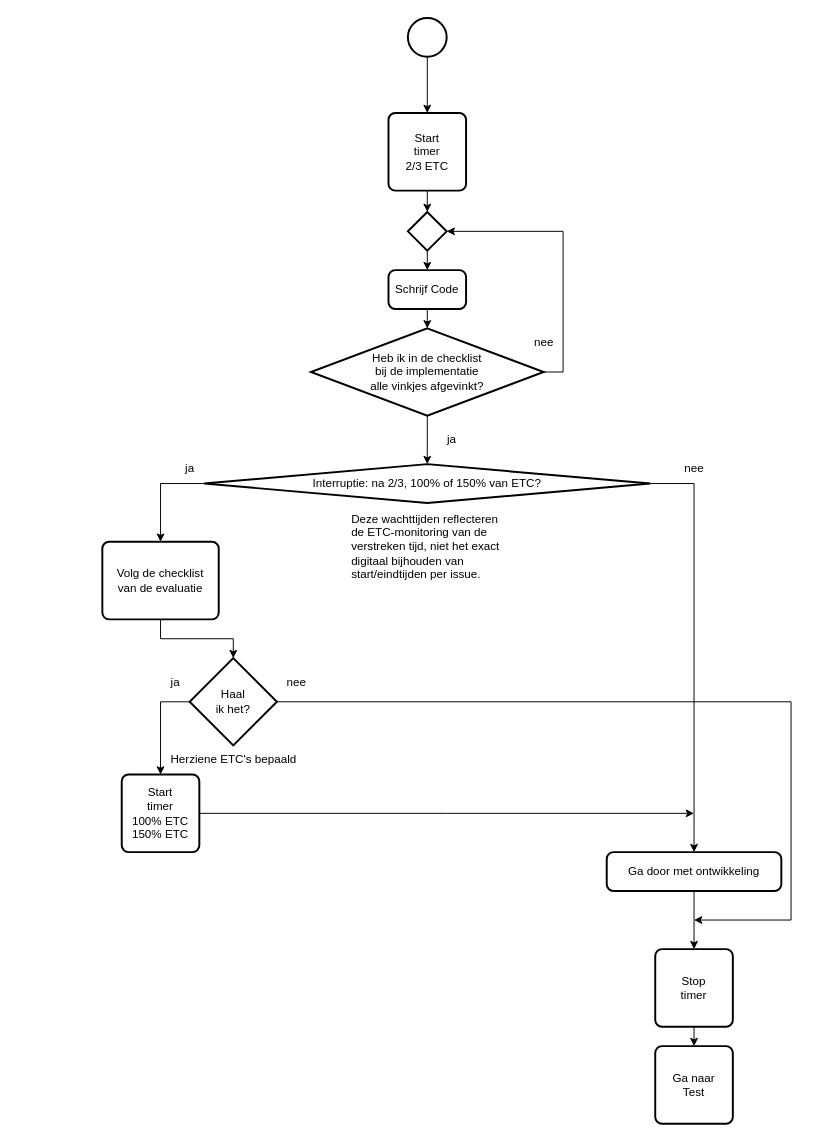
Earlier version of the draw.io diagram 4 Issue Tracker implementatie.drawio (Zaibatsu89/IssueTracker). Source tidied: cells renumbered, new cells numbered last; positions are measured from the earlier drawing's top-left corner, leaving out a move shared by most shapes. Both pictures are drawn from the tidied source at 97%, with x=0, y=0 at pixel (102, 17).
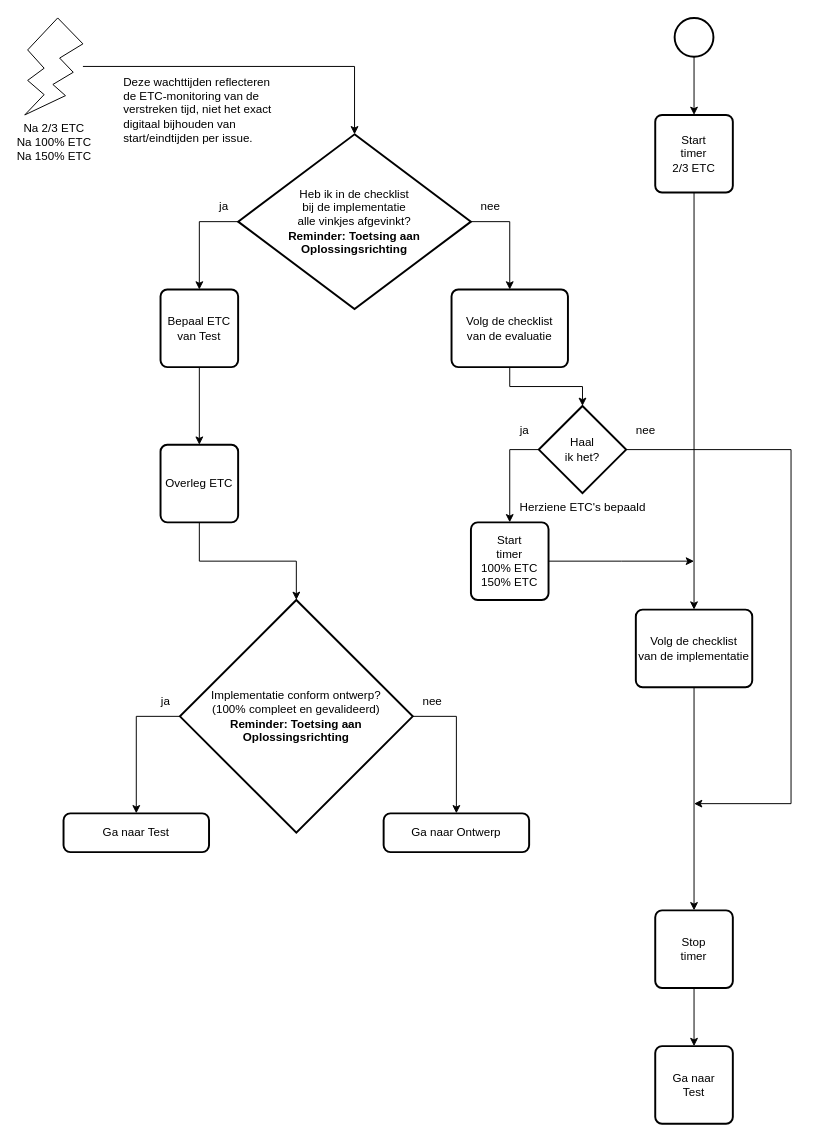
The same diagram, later.

Commit message (it also covers changes not shown here):
Moet contactmoment terug in implementatie flowchart?

What changed in the source:
```diff
@@
     <mxCell id="3" style="strokeWidth=2;html=1;shape=mxgraph.flowchart.start_2;whiteSpace=wrap;" parent="1" vertex="1">
-      <mxGeometry x="315" width="40" height="40" as="geometry" />
+      <mxGeometry x="590" width="40" height="40" as="geometry" />
     </mxCell>
-    <mxCell id="4" style="edgeStyle=orthogonalEdgeStyle;rounded=0;jettySize=auto;html=1;exitX=0.5;exitY=1;exitDx=0;exitDy=0;exitPerimeter=0;entryX=0.5;entryY=0;entryDx=0;entryDy=0;" parent="1" edge="1" source="5" target="6">
-      <mxGeometry relative="1" as="geometry" />
-    </mxCell>
-    <mxCell id="5" style="strokeWidth=2;html=1;shape=mxgraph.flowchart.decision;whiteSpace=wrap;" parent="1" vertex="1">
-      <mxGeometry x="315" y="200" width="40" height="40" as="geometry" />
-    </mxCell>
-    <mxCell id="6" value="Schrijf Code" style="rounded=1;whiteSpace=wrap;html=1;absoluteArcSize=1;arcSize=14;strokeWidth=2;" parent="1" vertex="1">
-      <mxGeometry x="295" y="260" width="80" height="40" as="geometry" />
-    </mxCell>
-    <mxCell id="7" style="edgeStyle=orthogonalEdgeStyle;rounded=0;orthogonalLoop=1;jettySize=auto;html=1;exitX=0.5;exitY=1;exitDx=0;exitDy=0;exitPerimeter=0;" parent="1" edge="1">
-      <mxGeometry relative="1" as="geometry">
-        <mxPoint x="335" y="400" as="sourcePoint" />
-        <mxPoint x="335" y="460" as="targetPoint" />
-      </mxGeometry>
-    </mxCell>
+    <mxCell id="36" style="edgeStyle=orthogonalEdgeStyle;rounded=0;jettySize=auto;html=1;exitX=1;exitY=0.5;exitDx=0;exitDy=0;exitPerimeter=0;entryX=0.5;entryY=0;entryDx=0;entryDy=0;" parent="1" edge="1" source="8" target="15">
+      <mxGeometry relative="1" as="geometry" />
+    </mxCell>
+    <mxCell id="37" style="edgeStyle=orthogonalEdgeStyle;rounded=0;jettySize=auto;html=1;exitX=0;exitY=0.5;exitDx=0;exitDy=0;exitPerimeter=0;entryX=0.5;entryY=0;entryDx=0;entryDy=0;" parent="1" edge="1" source="8" target="43">
+      <mxGeometry relative="1" as="geometry" />
+    </mxCell>
-    <mxCell id="8" value="Heb ik in de checklist&lt;br&gt;bij de implementatie&lt;br&gt;alle vinkjes afgevinkt?" style="strokeWidth=2;html=1;shape=mxgraph.flowchart.decision;whiteSpace=wrap;" parent="1" vertex="1">
-      <mxGeometry x="215" y="320" width="240" height="90" as="geometry" />
+    <mxCell id="8" value="Heb ik in de checklist&lt;br&gt;bij de implementatie&lt;br&gt;alle vinkjes afgevinkt?&lt;br&gt;&lt;b&gt;Reminder: Toetsing aan&lt;br&gt;Oplossingsrichting&lt;/b&gt;" style="strokeWidth=2;html=1;shape=mxgraph.flowchart.decision;whiteSpace=wrap;" parent="1" vertex="1">
+      <mxGeometry x="140" y="120" width="240" height="180" as="geometry" />
     </mxCell>
-    <mxCell id="9" style="edgeStyle=orthogonalEdgeStyle;rounded=0;jettySize=auto;html=1;exitX=0.5;exitY=1;exitDx=0;exitDy=0;entryX=0.5;entryY=0;entryDx=0;entryDy=0;entryPerimeter=0;" parent="1" edge="1" source="6" target="8">
-      <mxGeometry relative="1" as="geometry" />
-    </mxCell>
-    <mxCell id="10" value="nee" style="text;html=1;align=center;verticalAlign=middle;strokeColor=none;fillColor=none;" parent="1" vertex="1">
-      <mxGeometry x="435" y="320" width="40" height="30" as="geometry" />
-    </mxCell>
-    <mxCell id="11" style="edgeStyle=orthogonalEdgeStyle;rounded=0;jettySize=auto;html=1;exitX=0;exitY=0.5;exitDx=0;exitDy=0;exitPerimeter=0;entryX=0.5;entryY=0;entryDx=0;entryDy=0;" parent="1" edge="1" source="13" target="15">
-      <mxGeometry relative="1" as="geometry" />
-    </mxCell>
-    <mxCell id="12" style="edgeStyle=orthogonalEdgeStyle;rounded=0;jettySize=auto;html=1;exitX=1;exitY=0.5;exitDx=0;exitDy=0;exitPerimeter=0;entryX=0.5;entryY=0;entryDx=0;entryDy=0;" parent="1" edge="1" source="13" target="18">
-      <mxGeometry relative="1" as="geometry" />
-    </mxCell>
-    <mxCell id="13" value="Interruptie: na 2/3, 100% of 150% van ETC?" style="strokeWidth=2;html=1;shape=mxgraph.flowchart.decision;whiteSpace=wrap;" parent="1" vertex="1">
-      <mxGeometry x="105" y="460" width="460" height="40" as="geometry" />
-    </mxCell>
-    <mxCell id="14" value="ja" style="text;html=1;align=center;verticalAlign=middle;strokeColor=none;fillColor=none;" parent="1" vertex="1">
-      <mxGeometry x="345" y="420" width="30" height="30" as="geometry" />
-    </mxCell>
     <mxCell id="15" value="Volg de checklist&lt;br&gt;van de evaluatie" style="rounded=1;whiteSpace=wrap;html=1;absoluteArcSize=1;arcSize=14;strokeWidth=2;" parent="1" vertex="1">
-      <mxGeometry y="540" width="120" height="80" as="geometry" />
+      <mxGeometry x="360" y="280" width="120" height="80" as="geometry" />
     </mxCell>
-    <mxCell id="16" value="ja" style="text;html=1;align=center;verticalAlign=middle;strokeColor=none;fillColor=none;" parent="1" vertex="1">
-      <mxGeometry x="75" y="450" width="30" height="30" as="geometry" />
-    </mxCell>
@@
-    <mxCell id="18" value="Ga door met ontwikkeling" style="rounded=1;whiteSpace=wrap;html=1;absoluteArcSize=1;arcSize=14;strokeWidth=2;" parent="1" vertex="1">
-      <mxGeometry x="520" y="860" width="180" height="40" as="geometry" />
+    <mxCell id="18" value="Volg de checklist&lt;br&gt;van de implementatie" style="rounded=1;whiteSpace=wrap;html=1;absoluteArcSize=1;arcSize=14;strokeWidth=2;" parent="1" vertex="1">
+      <mxGeometry x="550" y="610" width="120" height="80" as="geometry" />
     </mxCell>
-    <mxCell id="19" value="nee" style="text;html=1;align=center;verticalAlign=middle;strokeColor=none;fillColor=none;" parent="1" vertex="1">
-      <mxGeometry x="590" y="450" width="40" height="30" as="geometry" />
-    </mxCell>
@@
-    <mxCell id="21" style="edgeStyle=orthogonalEdgeStyle;rounded=0;jettySize=auto;html=1;exitX=1;exitY=0.5;exitDx=0;exitDy=0;exitPerimeter=0;entryX=1;entryY=0.5;entryDx=0;entryDy=0;entryPerimeter=0;" parent="1" edge="1" source="8" target="5">
-      <mxGeometry relative="1" as="geometry" />
-    </mxCell>
-    <mxCell id="22" value="Deze wachttijden reflecteren&lt;br&gt;de ETC-monitoring van de&lt;br&gt;verstreken tijd, niet het exact&lt;br&gt;digitaal bijhouden van&lt;br&gt;start/eindtijden per issue." style="text;html=1;align=left;verticalAlign=middle;strokeColor=none;fillColor=none;" parent="1" vertex="1">
-      <mxGeometry x="255" y="520" width="300" height="50" as="geometry" />
-    </mxCell>
     <mxCell id="23" value="Herziene ETC's bepaald" style="text;html=1;align=center;verticalAlign=middle;strokeColor=none;fillColor=none;" parent="1" vertex="1">
-      <mxGeometry x="60" y="750" width="150" height="30" as="geometry" />
+      <mxGeometry x="420" y="490" width="150" height="30" as="geometry" />
     </mxCell>
+    <mxCell id="38" style="edgeStyle=orthogonalEdgeStyle;rounded=0;jettySize=auto;html=1;entryX=0.5;entryY=0;entryDx=0;entryDy=0;" parent="1" edge="1" source="24" target="18">
+      <mxGeometry relative="1" as="geometry" />
+    </mxCell>
     <mxCell id="24" value="Start&lt;br&gt;timer&lt;br&gt;2/3 ETC" style="rounded=1;whiteSpace=wrap;html=1;absoluteArcSize=1;arcSize=14;strokeWidth=2;" parent="1" vertex="1">
-      <mxGeometry x="295" y="98" width="80" height="80" as="geometry" />
+      <mxGeometry x="570" y="100" width="80" height="80" as="geometry" />
     </mxCell>
-    <mxCell id="25" style="edgeStyle=orthogonalEdgeStyle;rounded=0;jettySize=auto;html=1;exitX=0.5;exitY=1;exitDx=0;exitDy=0;entryX=0.5;entryY=0;entryDx=0;entryDy=0;entryPerimeter=0;" parent="1" edge="1" source="24" target="5">
-      <mxGeometry relative="1" as="geometry" />
-    </mxCell>
     <mxCell id="26" style="edgeStyle=orthogonalEdgeStyle;rounded=0;jettySize=auto;html=1;exitX=1;exitY=0.5;exitDx=0;exitDy=0;" parent="1" edge="1" source="27">
       <mxGeometry relative="1" as="geometry">
-        <mxPoint x="610" y="820" as="targetPoint" />
+        <mxPoint x="610" y="560" as="targetPoint" />
       </mxGeometry>
     </mxCell>
     <mxCell id="27" value="Start&lt;br&gt;timer&lt;br&gt;100% ETC&lt;br&gt;150% ETC" style="rounded=1;whiteSpace=wrap;html=1;absoluteArcSize=1;arcSize=14;strokeWidth=2;" parent="1" vertex="1">
-      <mxGeometry x="20" y="780" width="80" height="80" as="geometry" />
+      <mxGeometry x="380" y="520" width="80" height="80" as="geometry" />
     </mxCell>
@@
     <mxCell id="29" style="edgeStyle=orthogonalEdgeStyle;rounded=0;jettySize=auto;html=1;exitX=1;exitY=0.5;exitDx=0;exitDy=0;exitPerimeter=0;" parent="1" edge="1" source="30">
       <mxGeometry relative="1" as="geometry">
-        <mxPoint x="610" y="930" as="targetPoint" />
+        <mxPoint x="610" y="810" as="targetPoint" />
         <Array as="points">
-          <mxPoint x="710" y="705" />
-          <mxPoint x="710" y="930" />
-          <mxPoint x="610" y="930" />
+          <mxPoint x="710" y="445" />
+          <mxPoint x="710" y="810" />
+          <mxPoint x="610" y="810" />
         </Array>
       </mxGeometry>
     </mxCell>
     <mxCell id="30" value="Haal&lt;br&gt;ik het?" style="strokeWidth=2;html=1;shape=mxgraph.flowchart.decision;whiteSpace=wrap;" parent="1" vertex="1">
-      <mxGeometry x="90" y="660" width="90" height="90" as="geometry" />
+      <mxGeometry x="450" y="400" width="90" height="90" as="geometry" />
     </mxCell>
@@
     <mxCell id="32" value="ja" style="text;html=1;align=center;verticalAlign=middle;strokeColor=none;fillColor=none;" parent="1" vertex="1">
-      <mxGeometry x="60" y="670" width="30" height="30" as="geometry" />
+      <mxGeometry x="420" y="410" width="30" height="30" as="geometry" />
     </mxCell>
     <mxCell id="33" value="nee" style="text;html=1;align=center;verticalAlign=middle;strokeColor=none;fillColor=none;" parent="1" vertex="1">
-      <mxGeometry x="180" y="670" width="40" height="30" as="geometry" />
+      <mxGeometry x="540" y="410" width="40" height="30" as="geometry" />
     </mxCell>
@@
     <mxCell id="35" value="Stop&lt;br&gt;timer" style="rounded=1;whiteSpace=wrap;html=1;absoluteArcSize=1;arcSize=14;strokeWidth=2;" parent="1" vertex="1">
-      <mxGeometry x="570" y="960" width="80" height="80" as="geometry" />
+      <mxGeometry x="570" y="920" width="80" height="80" as="geometry" />
     </mxCell>
+    <mxCell id="39" value="Na 2/3 ETC&lt;br&gt;Na 100% ETC&lt;br&gt;Na 150% ETC" style="verticalLabelPosition=bottom;verticalAlign=top;html=1;shape=mxgraph.basic.flash;" parent="1" vertex="1">
+      <mxGeometry x="-80" width="60" height="100" as="geometry" />
+    </mxCell>
+    <mxCell id="22" value="Deze wachttijden reflecteren&lt;br&gt;de ETC-monitoring van de&lt;br&gt;verstreken tijd, niet het exact&lt;br&gt;digitaal bijhouden van&lt;div style=&quot;&quot;&gt;start/eindtijden per issue." style="text;html=1;align=left;verticalAlign=middle;strokeColor=none;fillColor=none;" parent="1" vertex="1">
+      <mxGeometry x="20" y="50" width="180" height="90" as="geometry" />
+    </mxCell>
+    <mxCell id="40" style="edgeStyle=orthogonalEdgeStyle;rounded=0;jettySize=auto;html=1;entryX=0.5;entryY=0;entryDx=0;entryDy=0;entryPerimeter=0;" parent="1" edge="1" source="39" target="8">
+      <mxGeometry relative="1" as="geometry" />
+    </mxCell>
+    <mxCell id="41" value="nee" style="text;html=1;align=center;verticalAlign=middle;strokeColor=none;fillColor=none;" parent="1" vertex="1">
+      <mxGeometry x="380" y="180" width="40" height="30" as="geometry" />
+    </mxCell>
+    <mxCell id="42" style="edgeStyle=orthogonalEdgeStyle;rounded=0;jettySize=auto;html=1;entryX=0.5;entryY=0;entryDx=0;entryDy=0;" parent="1" edge="1" source="43" target="52">
+      <mxGeometry relative="1" as="geometry" />
+    </mxCell>
+    <mxCell id="43" value="Bepaal ETC&lt;br&gt;van Test" style="rounded=1;whiteSpace=wrap;html=1;absoluteArcSize=1;arcSize=14;strokeWidth=2;" parent="1" vertex="1">
+      <mxGeometry x="60" y="280" width="80" height="80" as="geometry" />
+    </mxCell>
+    <mxCell id="44" value="ja" style="text;html=1;align=center;verticalAlign=middle;strokeColor=none;fillColor=none;" parent="1" vertex="1">
+      <mxGeometry x="110" y="180" width="30" height="30" as="geometry" />
+    </mxCell>
+    <mxCell id="45" style="edgeStyle=orthogonalEdgeStyle;rounded=0;jettySize=auto;html=1;exitX=0;exitY=0.5;exitDx=0;exitDy=0;exitPerimeter=0;" parent="1" edge="1" source="47" target="48">
+      <mxGeometry relative="1" as="geometry" />
+    </mxCell>
+    <mxCell id="46" style="edgeStyle=orthogonalEdgeStyle;rounded=0;jettySize=auto;html=1;exitX=1;exitY=0.5;exitDx=0;exitDy=0;exitPerimeter=0;entryX=0.5;entryY=0;entryDx=0;entryDy=0;" parent="1" edge="1" source="47" target="50">
+      <mxGeometry relative="1" as="geometry" />
+    </mxCell>
+    <mxCell id="47" value="Implementatie conform ontwerp?&lt;br&gt;(100% compleet en gevalideerd)&lt;br&gt;&lt;b&gt;Reminder: Toetsing aan Oplossingsrichting&lt;/b&gt;" style="strokeWidth=2;html=1;shape=mxgraph.flowchart.decision;whiteSpace=wrap;" parent="1" vertex="1">
+      <mxGeometry x="80" y="600" width="240" height="240" as="geometry" />
+    </mxCell>
+    <mxCell id="48" value="Ga naar Test" style="rounded=1;whiteSpace=wrap;html=1;absoluteArcSize=1;arcSize=14;strokeWidth=2;" parent="1" vertex="1">
+      <mxGeometry x="-40" y="820" width="150" height="40" as="geometry" />
+    </mxCell>
+    <mxCell id="49" value="ja" style="text;html=1;align=center;verticalAlign=middle;strokeColor=none;fillColor=none;" parent="1" vertex="1">
+      <mxGeometry x="50" y="690" width="30" height="30" as="geometry" />
+    </mxCell>
+    <mxCell id="50" value="Ga naar Ontwerp" style="rounded=1;whiteSpace=wrap;html=1;absoluteArcSize=1;arcSize=14;strokeWidth=2;" parent="1" vertex="1">
+      <mxGeometry x="290" y="820" width="150" height="40" as="geometry" />
+    </mxCell>
+    <mxCell id="51" value="nee" style="text;html=1;align=center;verticalAlign=middle;strokeColor=none;fillColor=none;" parent="1" vertex="1">
+      <mxGeometry x="320" y="690" width="40" height="30" as="geometry" />
+    </mxCell>
+    <mxCell id="52" value="Overleg ETC" style="rounded=1;whiteSpace=wrap;html=1;absoluteArcSize=1;arcSize=14;strokeWidth=2;" parent="1" vertex="1">
+      <mxGeometry x="60" y="440" width="80" height="80" as="geometry" />
+    </mxCell>
+    <mxCell id="53" style="edgeStyle=orthogonalEdgeStyle;rounded=0;jettySize=auto;html=1;entryX=0.5;entryY=0;entryDx=0;entryDy=0;entryPerimeter=0;" parent="1" edge="1" source="52" target="47">
+      <mxGeometry relative="1" as="geometry" />
+    </mxCell>
```
